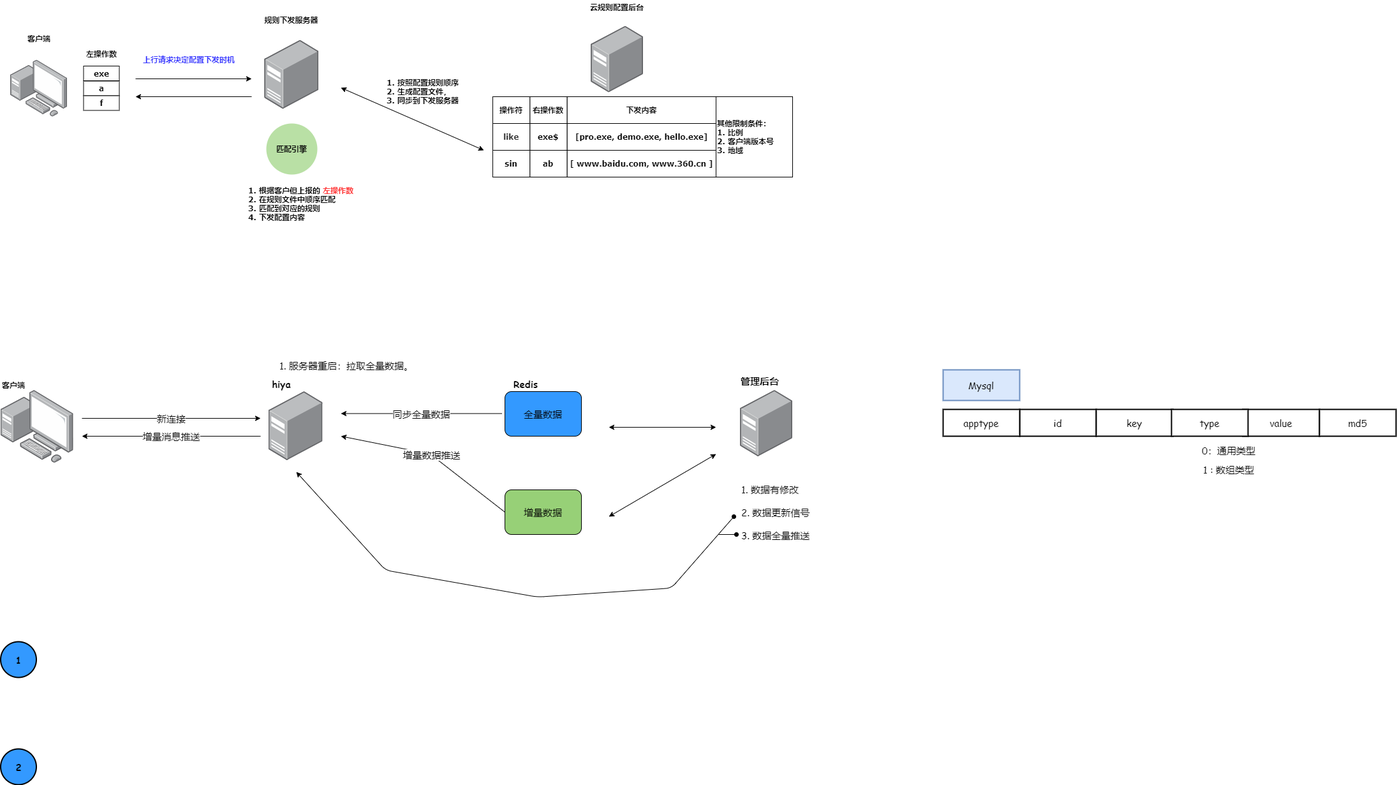
Above: net/Untitled Diagram.png in aizsfgk/cdn (draw.io), before the change. Source tidied: cells renumbered, new cells last; positions are measured from the earlier drawing's top-left corner, leaving out a move shared by most shapes.
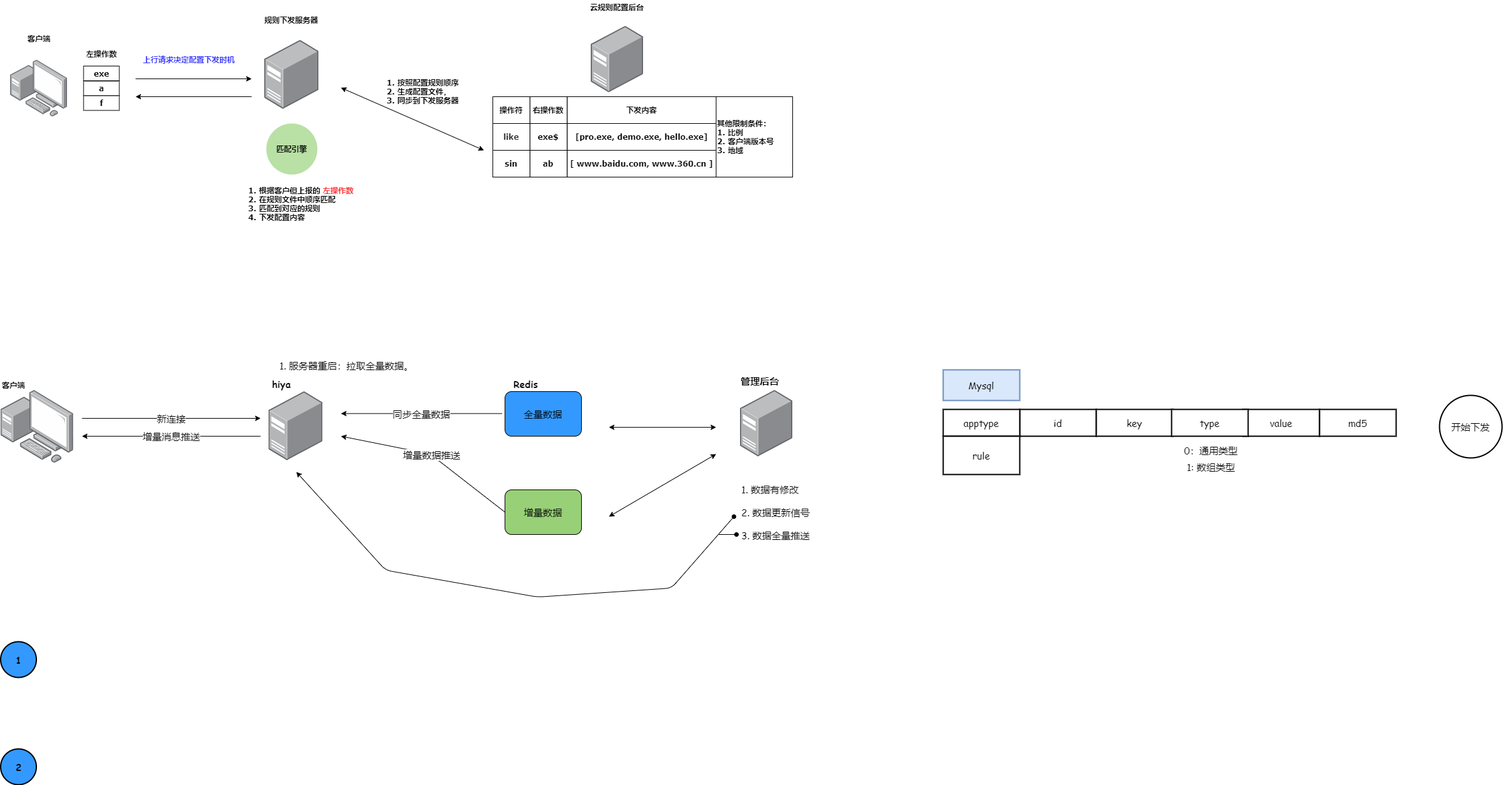
After the commit.

What changed in the source:
```diff
@@ -214,10 +214,10 @@
       <mxGeometry x="1836" y="640" width="120" height="42" as="geometry" />
     </mxCell>
     <mxCell id="59" value="0：通用类型" style="text;html=1;strokeColor=none;fillColor=none;align=center;verticalAlign=middle;whiteSpace=wrap;rounded=0;labelBackgroundColor=none;fontFamily=Comic Sans MS;fontSize=15;" parent="1" vertex="1">
-      <mxGeometry x="1876" y="694" width="100" height="20" as="geometry" />
+      <mxGeometry x="1848" y="694" width="100" height="20" as="geometry" />
     </mxCell>
-    <mxCell id="60" value="1 : 数组类型" style="text;html=1;strokeColor=none;fillColor=none;align=center;verticalAlign=middle;whiteSpace=wrap;rounded=0;labelBackgroundColor=none;fontFamily=Comic Sans MS;fontSize=15;" parent="1" vertex="1">
-      <mxGeometry x="1876" y="724" width="100" height="20" as="geometry" />
+    <mxCell id="60" value="1: 数组类型" style="text;html=1;strokeColor=none;fillColor=none;align=center;verticalAlign=middle;whiteSpace=wrap;rounded=0;labelBackgroundColor=none;fontFamily=Comic Sans MS;fontSize=15;" parent="1" vertex="1">
+      <mxGeometry x="1848" y="719.5" width="100" height="20" as="geometry" />
     </mxCell>
     <mxCell id="61" value="md5" style="rounded=0;whiteSpace=wrap;html=1;labelBackgroundColor=none;fontFamily=Comic Sans MS;fontSize=15;strokeWidth=2;align=center;fillColor=#FFFFFF;" parent="1" vertex="1">
       <mxGeometry x="2068" y="640" width="120" height="42" as="geometry" />
@@ -225,5 +225,11 @@
     <mxCell id="62" value="apptype" style="rounded=0;whiteSpace=wrap;html=1;labelBackgroundColor=none;fontFamily=Comic Sans MS;fontSize=15;strokeWidth=2;fillColor=#FFFFFF;align=center;" parent="1" vertex="1">
       <mxGeometry x="1478" y="640" width="120" height="42" as="geometry" />
     </mxCell>
+    <mxCell id="63" value="开始下发" style="ellipse;whiteSpace=wrap;html=1;labelBackgroundColor=none;fontFamily=Comic Sans MS;fontSize=15;strokeWidth=2;fillColor=#FFFFFF;align=center;" parent="1" vertex="1">
+      <mxGeometry x="2256" y="618" width="98" height="98" as="geometry" />
+    </mxCell>
+    <mxCell id="64" value="rule" style="rounded=0;whiteSpace=wrap;html=1;labelBackgroundColor=none;fontFamily=Comic Sans MS;fontSize=15;strokeWidth=2;fillColor=#FFFFFF;align=center;" parent="1" vertex="1">
+      <mxGeometry x="1478" y="682" width="120" height="60" as="geometry" />
+    </mxCell>
   </root>
 </mxGraphModel>
```
